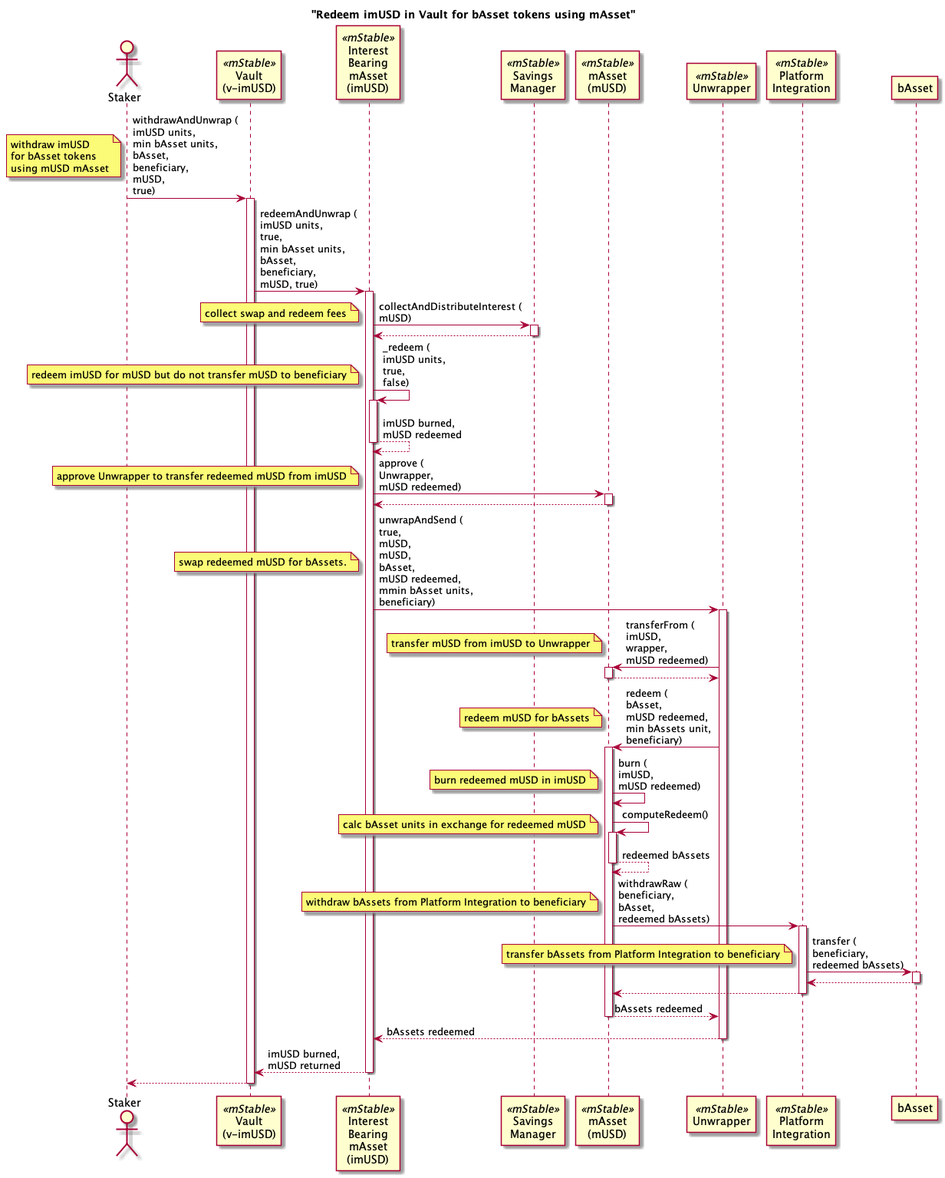
mstable/mStable-process-docs keeps this PlantUML diagram as unwrapper/imusd_vault_bassets.png. Above is the earlier version.
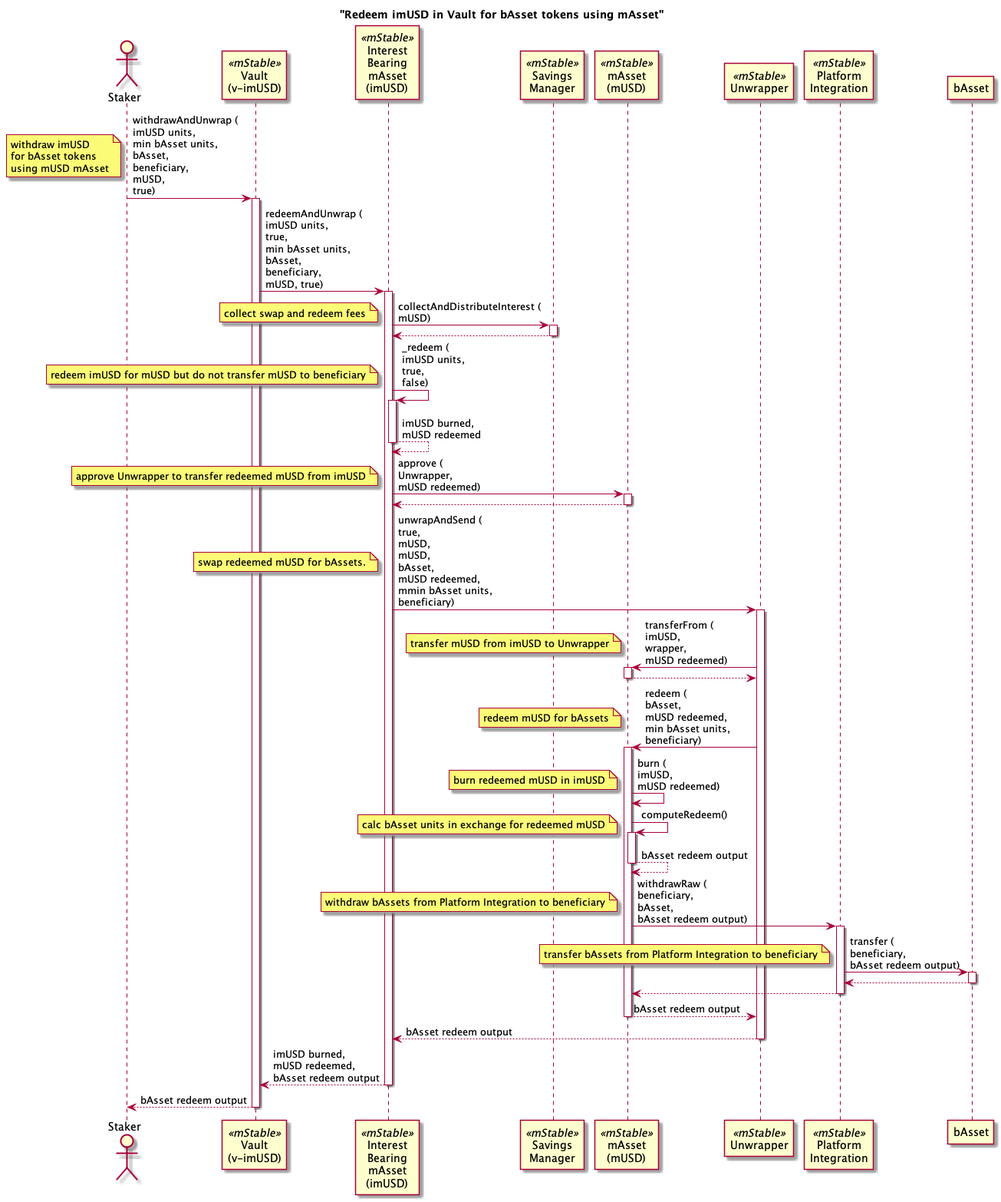
Above is the later version.

Change to the diagram source:
```diff
@@ -38,7 +38,7 @@
 activate musd
 note left: transfer mUSD from imUSD to Unwrapper
 return
-wrapper -> musd : redeem (\nbAsset,\nmUSD redeemed,\nmin bAssets unit,\nbeneficiary)
+wrapper -> musd : redeem (\nbAsset,\nmUSD redeemed,\nmin bAsset units,\nbeneficiary)
 activate musd
 note left: redeem mUSD for bAssets
 musd -> musd : burn (\nimUSD,\nmUSD redeemed)
@@ -46,20 +46,20 @@
 musd -> musd : computeRedeem()
 activate musd
 note left: calc bAsset units in exchange for redeemed mUSD
-return redeemed bAssets
-musd -> pi : withdrawRaw (\nbeneficiary,\nbAsset,\nredeemed bAssets)
+return bAsset redeem output
+musd -> pi : withdrawRaw (\nbeneficiary,\nbAsset,\nbAsset redeem output)
 activate pi
 note left: withdraw bAssets from Platform Integration to beneficiary
-pi -> bAsset : transfer (\nbeneficiary,\nredeemed bAssets)
+pi -> bAsset : transfer (\nbeneficiary,\nbAsset redeem output)
 activate bAsset
 note left: transfer bAssets from Platform Integration to beneficiary
 return
 return
-return bAssets redeemed
+return bAsset redeem output
 
-return bAssets redeemed
+return bAsset redeem output
 
-return imUSD burned,\nmUSD returned
-return
+return imUSD burned,\nmUSD redeemed,\nbAsset redeem output
+return bAsset redeem output
 
 @enduml
```
